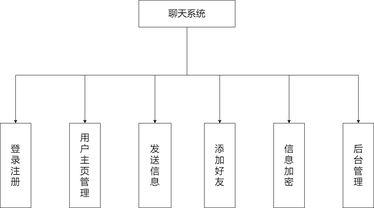
MPCurie/Test keeps this draw.io diagram as chat-3.png. Above is the earlier version. Source tidied: cells renumbered, new cells last; positions are measured from the earlier drawing's top-left corner, leaving out a move shared by most shapes.
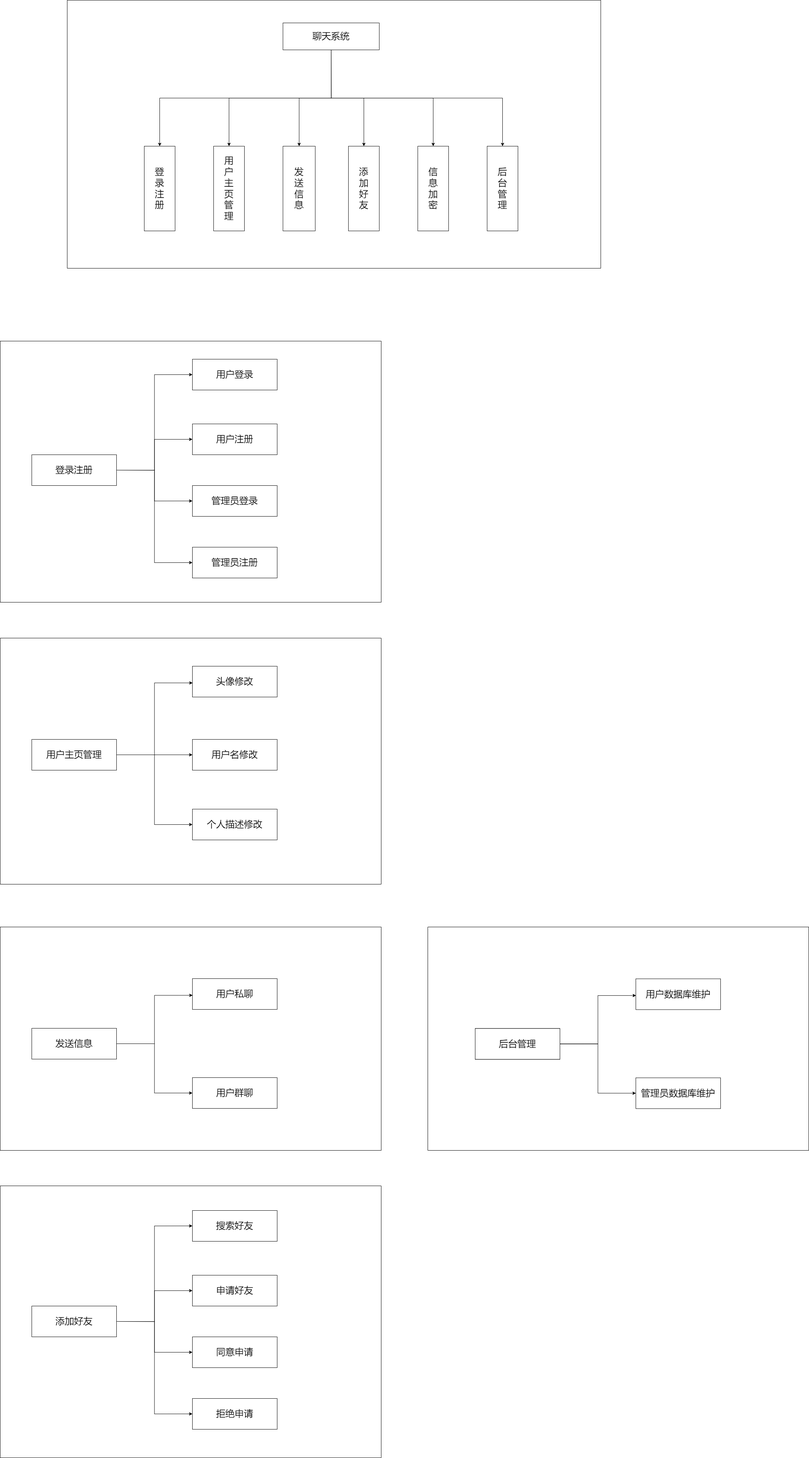
Above is the later version.

Change to the diagram source:
```diff
@@ -1,4 +1,4 @@
-<mxGraphModel>
+<mxGraphModel background="#ffffff">
   <root>
     <mxCell id="0" />
     <mxCell id="1" parent="0" />
@@ -41,5 +41,149 @@
     <mxCell id="14" value="后台管理" style="whiteSpace=wrap;html=1;rounded=0;spacingLeft=20;spacingRight=20;labelBackgroundColor=none;fontSize=24;" parent="1" vertex="1">
       <mxGeometry x="890" y="320" width="80" height="220" as="geometry" />
     </mxCell>
+    <mxCell id="15" style="edgeStyle=orthogonalEdgeStyle;rounded=0;jettySize=auto;html=1;exitX=1;exitY=0.5;exitDx=0;exitDy=0;entryX=0;entryY=0.5;entryDx=0;entryDy=0;" parent="1" edge="1" source="19" target="22">
+      <mxGeometry relative="1" as="geometry" />
+    </mxCell>
+    <mxCell id="16" style="edgeStyle=orthogonalEdgeStyle;rounded=0;jettySize=auto;html=1;exitX=1;exitY=0.5;exitDx=0;exitDy=0;entryX=0;entryY=0.5;entryDx=0;entryDy=0;" parent="1" edge="1" source="19" target="21">
+      <mxGeometry relative="1" as="geometry" />
+    </mxCell>
+    <mxCell id="17" style="edgeStyle=orthogonalEdgeStyle;rounded=0;jettySize=auto;html=1;exitX=1;exitY=0.5;exitDx=0;exitDy=0;entryX=0;entryY=0.5;entryDx=0;entryDy=0;" parent="1" edge="1" source="19" target="20">
+      <mxGeometry relative="1" as="geometry" />
+    </mxCell>
+    <mxCell id="18" style="edgeStyle=orthogonalEdgeStyle;rounded=0;jettySize=auto;html=1;exitX=1;exitY=0.5;exitDx=0;exitDy=0;entryX=0;entryY=0.5;entryDx=0;entryDy=0;fontSize=24;" parent="1" edge="1" source="19" target="23">
+      <mxGeometry relative="1" as="geometry" />
+    </mxCell>
+    <mxCell id="19" value="登录注册" style="rounded=0;whiteSpace=wrap;html=1;fontSize=24;" parent="1" vertex="1">
+      <mxGeometry x="-292" y="1121" width="220" height="80" as="geometry" />
+    </mxCell>
+    <mxCell id="20" value="&lt;font style=&quot;font-size: 24px;&quot;&gt;管理员注册&lt;/font&gt;" style="whiteSpace=wrap;html=1;rounded=0;" parent="1" vertex="1">
+      <mxGeometry x="125" y="1361" width="220" height="80" as="geometry" />
+    </mxCell>
+    <mxCell id="21" value="&lt;font style=&quot;font-size: 24px;&quot;&gt;管理员登录&lt;/font&gt;" style="whiteSpace=wrap;html=1;rounded=0;gradientColor=none;" parent="1" vertex="1">
+      <mxGeometry x="125" y="1201" width="220" height="80" as="geometry" />
+    </mxCell>
+    <mxCell id="22" value="&lt;font style=&quot;font-size: 24px;&quot;&gt;用户注册&lt;/font&gt;" style="whiteSpace=wrap;html=1;rounded=0;" parent="1" vertex="1">
+      <mxGeometry x="125" y="1041" width="220" height="80" as="geometry" />
+    </mxCell>
+    <mxCell id="23" value="&lt;font style=&quot;font-size: 24px;&quot;&gt;用户登录&lt;/font&gt;" style="whiteSpace=wrap;html=1;rounded=0;" parent="1" vertex="1">
+      <mxGeometry x="125" y="873" width="220" height="80" as="geometry" />
+    </mxCell>
+    <mxCell id="24" value="登录注册" style="rounded=0;whiteSpace=wrap;html=1;fontSize=24;" parent="1" vertex="1">
+      <mxGeometry x="-292" y="1121" width="220" height="80" as="geometry" />
+    </mxCell>
+    <mxCell id="25" value="&lt;font style=&quot;font-size: 24px;&quot;&gt;用户登录&lt;/font&gt;" style="whiteSpace=wrap;html=1;rounded=0;" parent="1" vertex="1">
+      <mxGeometry x="125" y="873" width="220" height="80" as="geometry" />
+    </mxCell>
+    <mxCell id="26" value="&lt;font style=&quot;font-size: 24px;&quot;&gt;用户注册&lt;/font&gt;" style="whiteSpace=wrap;html=1;rounded=0;" parent="1" vertex="1">
+      <mxGeometry x="125" y="1041" width="220" height="80" as="geometry" />
+    </mxCell>
+    <mxCell id="27" value="&lt;font style=&quot;font-size: 24px;&quot;&gt;管理员登录&lt;/font&gt;" style="whiteSpace=wrap;html=1;rounded=0;gradientColor=none;" parent="1" vertex="1">
+      <mxGeometry x="125" y="1201" width="220" height="80" as="geometry" />
+    </mxCell>
+    <mxCell id="28" style="edgeStyle=orthogonalEdgeStyle;rounded=0;jettySize=auto;html=1;exitX=1;exitY=0.5;exitDx=0;exitDy=0;entryX=0.002;entryY=0.542;entryDx=0;entryDy=0;entryPerimeter=0;fontSize=24;" parent="1" edge="1" source="31" target="32">
+      <mxGeometry relative="1" as="geometry" />
+    </mxCell>
+    <mxCell id="29" style="edgeStyle=orthogonalEdgeStyle;rounded=0;jettySize=auto;html=1;exitX=1;exitY=0.5;exitDx=0;exitDy=0;entryX=0;entryY=0.5;entryDx=0;entryDy=0;fontSize=24;" parent="1" edge="1" source="31" target="33">
+      <mxGeometry relative="1" as="geometry" />
+    </mxCell>
+    <mxCell id="30" style="edgeStyle=orthogonalEdgeStyle;rounded=0;jettySize=auto;html=1;exitX=1;exitY=0.5;exitDx=0;exitDy=0;entryX=0;entryY=0.5;entryDx=0;entryDy=0;fontSize=24;" parent="1" edge="1" source="31" target="34">
+      <mxGeometry relative="1" as="geometry" />
+    </mxCell>
+    <mxCell id="31" value="用户主页管理" style="rounded=0;whiteSpace=wrap;html=1;fontSize=24;" parent="1" vertex="1">
+      <mxGeometry x="-292" y="1860" width="220" height="80" as="geometry" />
+    </mxCell>
+    <mxCell id="32" value="&lt;font style=&quot;font-size: 24px;&quot;&gt;头像修改&lt;/font&gt;" style="whiteSpace=wrap;html=1;rounded=0;" parent="1" vertex="1">
+      <mxGeometry x="125" y="1670" width="220" height="80" as="geometry" />
+    </mxCell>
+    <mxCell id="33" value="&lt;font style=&quot;font-size: 24px;&quot;&gt;用户名修改&lt;/font&gt;" style="whiteSpace=wrap;html=1;rounded=0;" parent="1" vertex="1">
+      <mxGeometry x="125" y="1860" width="220" height="80" as="geometry" />
+    </mxCell>
+    <mxCell id="34" value="&lt;font style=&quot;font-size: 24px;&quot;&gt;个人描述修改&lt;/font&gt;" style="whiteSpace=wrap;html=1;rounded=0;gradientColor=none;" parent="1" vertex="1">
+      <mxGeometry x="125" y="2041" width="220" height="80" as="geometry" />
+    </mxCell>
+    <mxCell id="35" style="swimlane;startSize=0;rounded=0;fontSize=24;gradientColor=none;" parent="1" vertex="1">
+      <mxGeometry x="-200" y="-59" width="1385" height="696" as="geometry" />
+    </mxCell>
+    <mxCell id="36" style="swimlane;startSize=0;rounded=0;fontSize=24;gradientColor=none;" parent="1" vertex="1">
+      <mxGeometry x="-374" y="826" width="989" height="678" as="geometry" />
+    </mxCell>
+    <mxCell id="37" style="swimlane;startSize=0;rounded=0;fontSize=24;gradientColor=none;" parent="1" vertex="1">
+      <mxGeometry x="-374" y="1597" width="989" height="639" as="geometry" />
+    </mxCell>
+    <mxCell id="38" style="swimlane;startSize=0;rounded=0;fontSize=24;gradientColor=none;" parent="1" vertex="1">
+      <mxGeometry x="-374" y="2347" width="989" height="580" as="geometry" />
+    </mxCell>
+    <mxCell id="39" value="发送信息" style="rounded=0;whiteSpace=wrap;html=1;fontSize=24;" parent="38" vertex="1">
+      <mxGeometry x="82" y="263" width="220" height="80" as="geometry" />
+    </mxCell>
+    <mxCell id="40" value="&lt;font style=&quot;font-size: 24px;&quot;&gt;用户私聊&lt;/font&gt;" style="whiteSpace=wrap;html=1;rounded=0;" parent="38" vertex="1">
+      <mxGeometry x="499" y="134" width="220" height="80" as="geometry" />
+    </mxCell>
+    <mxCell id="41" value="&lt;font style=&quot;font-size: 24px;&quot;&gt;用户群聊&lt;/font&gt;" style="whiteSpace=wrap;html=1;rounded=0;gradientColor=none;" parent="38" vertex="1">
+      <mxGeometry x="499" y="391" width="220" height="80" as="geometry" />
+    </mxCell>
+    <mxCell id="42" style="edgeStyle=orthogonalEdgeStyle;rounded=0;jettySize=auto;html=1;exitX=1;exitY=0.5;exitDx=0;exitDy=0;entryX=0;entryY=0.5;entryDx=0;entryDy=0;fontSize=24;" parent="38" edge="1" source="39" target="41">
+      <mxGeometry relative="1" as="geometry" />
+    </mxCell>
+    <mxCell id="43" style="edgeStyle=orthogonalEdgeStyle;rounded=0;jettySize=auto;html=1;exitX=1;exitY=0.5;exitDx=0;exitDy=0;entryX=0.002;entryY=0.542;entryDx=0;entryDy=0;entryPerimeter=0;fontSize=24;" parent="38" edge="1" source="39" target="40">
+      <mxGeometry relative="1" as="geometry" />
+    </mxCell>
+    <mxCell id="44" style="swimlane;startSize=0;rounded=0;fontSize=24;gradientColor=none;" parent="38" vertex="1">
+      <mxGeometry width="989" height="580" as="geometry" />
+    </mxCell>
+    <mxCell id="45" value="&lt;font style=&quot;font-size: 24px;&quot;&gt;拒绝申请&lt;/font&gt;" style="whiteSpace=wrap;html=1;rounded=0;" parent="1" vertex="1">
+      <mxGeometry x="125" y="3571" width="220" height="80" as="geometry" />
+    </mxCell>
+    <mxCell id="46" style="edgeStyle=orthogonalEdgeStyle;rounded=0;jettySize=auto;html=1;exitX=1;exitY=0.5;exitDx=0;exitDy=0;entryX=0;entryY=0.5;entryDx=0;entryDy=0;fontSize=24;" parent="1" edge="1" source="50" target="51">
+      <mxGeometry relative="1" as="geometry" />
+    </mxCell>
+    <mxCell id="47" style="edgeStyle=orthogonalEdgeStyle;rounded=0;jettySize=auto;html=1;exitX=1;exitY=0.5;exitDx=0;exitDy=0;entryX=0;entryY=0.5;entryDx=0;entryDy=0;fontSize=24;" parent="1" edge="1" source="50" target="52">
+      <mxGeometry relative="1" as="geometry" />
+    </mxCell>
+    <mxCell id="48" style="edgeStyle=orthogonalEdgeStyle;rounded=0;jettySize=auto;html=1;exitX=1;exitY=0.5;exitDx=0;exitDy=0;entryX=0;entryY=0.5;entryDx=0;entryDy=0;fontSize=24;" parent="1" edge="1" source="50" target="53">
+      <mxGeometry relative="1" as="geometry" />
+    </mxCell>
+    <mxCell id="49" style="edgeStyle=orthogonalEdgeStyle;rounded=0;jettySize=auto;html=1;exitX=1;exitY=0.5;exitDx=0;exitDy=0;entryX=0;entryY=0.5;entryDx=0;entryDy=0;fontSize=24;" parent="1" edge="1" source="50" target="45">
+      <mxGeometry relative="1" as="geometry" />
+    </mxCell>
+    <mxCell id="50" value="添加好友" style="rounded=0;whiteSpace=wrap;html=1;fontSize=24;" parent="1" vertex="1">
+      <mxGeometry x="-292" y="3331" width="220" height="80" as="geometry" />
+    </mxCell>
+    <mxCell id="51" value="&lt;font style=&quot;font-size: 24px;&quot;&gt;搜索好友&lt;/font&gt;" style="whiteSpace=wrap;html=1;rounded=0;" parent="1" vertex="1">
+      <mxGeometry x="125" y="3083" width="220" height="80" as="geometry" />
+    </mxCell>
+    <mxCell id="52" value="&lt;font style=&quot;font-size: 24px;&quot;&gt;申请好友&lt;/font&gt;" style="whiteSpace=wrap;html=1;rounded=0;" parent="1" vertex="1">
+      <mxGeometry x="125" y="3251" width="220" height="80" as="geometry" />
+    </mxCell>
+    <mxCell id="53" value="&lt;font style=&quot;font-size: 24px;&quot;&gt;同意申请&lt;/font&gt;" style="whiteSpace=wrap;html=1;rounded=0;gradientColor=none;" parent="1" vertex="1">
+      <mxGeometry x="125" y="3411" width="220" height="80" as="geometry" />
+    </mxCell>
+    <mxCell id="54" style="swimlane;startSize=0;rounded=0;fontSize=24;gradientColor=none;" parent="1" vertex="1">
+      <mxGeometry x="-374" y="3019" width="989" height="706" as="geometry" />
+    </mxCell>
+    <mxCell id="55" style="swimlane;startSize=0;rounded=0;fontSize=24;gradientColor=none;" parent="1" vertex="1">
+      <mxGeometry x="-374" y="826" width="989" height="678" as="geometry" />
+    </mxCell>
+    <mxCell id="56" style="swimlane;startSize=0;rounded=0;fontSize=24;gradientColor=none;" parent="1" vertex="1">
+      <mxGeometry x="736" y="2347" width="989" height="580" as="geometry" />
+    </mxCell>
+    <mxCell id="57" value="信息加密" style="rounded=0;whiteSpace=wrap;html=1;fontSize=24;" parent="56" vertex="1">
+      <mxGeometry x="123" y="263.5" width="220" height="80" as="geometry" />
+    </mxCell>
+    <mxCell id="58" style="edgeStyle=orthogonalEdgeStyle;rounded=0;jettySize=auto;html=1;exitX=1;exitY=0.5;exitDx=0;exitDy=0;entryX=0.002;entryY=0.542;entryDx=0;entryDy=0;entryPerimeter=0;fontSize=24;" parent="56" edge="1" source="57" target="61">
+      <mxGeometry relative="1" as="geometry" />
+    </mxCell>
+    <mxCell id="59" style="edgeStyle=orthogonalEdgeStyle;rounded=0;jettySize=auto;html=1;exitX=1;exitY=0.5;exitDx=0;exitDy=0;entryX=0;entryY=0.5;entryDx=0;entryDy=0;fontSize=24;" parent="56" edge="1" source="57" target="60">
+      <mxGeometry relative="1" as="geometry" />
+    </mxCell>
+    <mxCell id="60" value="&lt;font style=&quot;font-size: 24px;&quot;&gt;管理员数据库维护&lt;/font&gt;" style="whiteSpace=wrap;html=1;rounded=0;gradientColor=none;" parent="56" vertex="1">
+      <mxGeometry x="540" y="391.5" width="220" height="80" as="geometry" />
+    </mxCell>
+    <mxCell id="61" value="&lt;span style=&quot;font-size: 24px;&quot;&gt;用户数据库维护&lt;/span&gt;" style="whiteSpace=wrap;html=1;rounded=0;" parent="56" vertex="1">
+      <mxGeometry x="540" y="134.5" width="220" height="80" as="geometry" />
+    </mxCell>
+    <mxCell id="62" value="后台管理" style="rounded=0;whiteSpace=wrap;html=1;fontSize=24;" parent="56" vertex="1">
+      <mxGeometry x="123" y="263.5" width="220" height="80" as="geometry" />
+    </mxCell>
   </root>
 </mxGraphModel>
```
